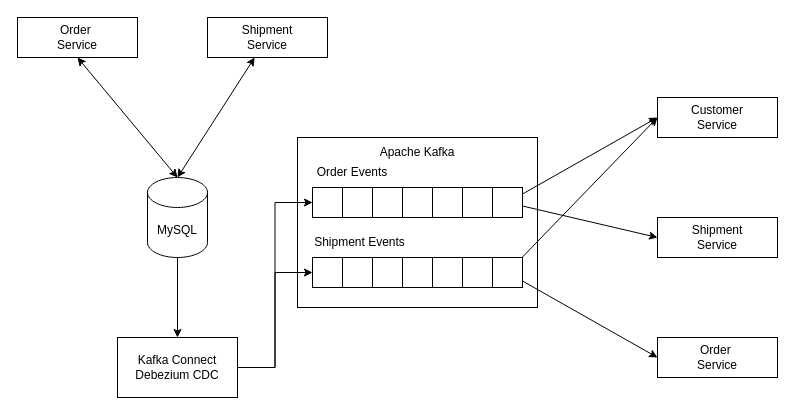
Above: drawio/kafka/kafka-cdc-outbox-1.drawio in windowforsun/blog (draw.io), before the change. Source tidied: cells renumbered, new cells numbered last; positions are measured from the earlier drawing's top-left corner, leaving out a move shared by most shapes. Both pictures are drawn from the tidied source at 100%, with x=0, y=0 at pixel (17, 17).
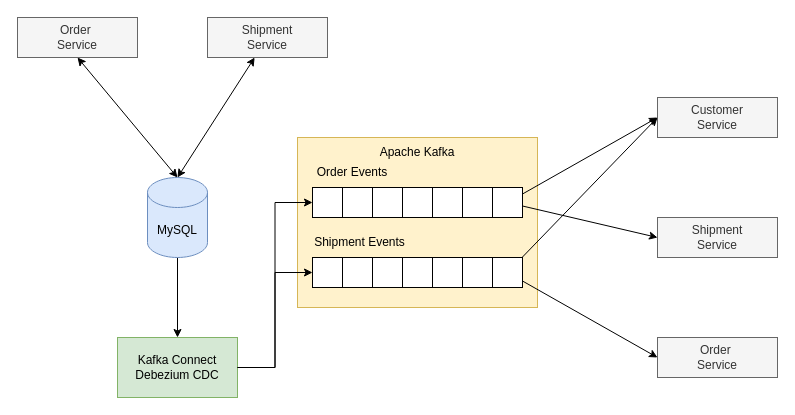
Above is the later version.

What changed in the source:
```diff
@@
-    <mxCell id="2" value="Order&amp;nbsp;&lt;div&gt;Service&lt;/div&gt;" style="rounded=0;whiteSpace=wrap;html=1;" parent="1" vertex="1">
+    <mxCell id="2" value="Order&amp;nbsp;&lt;div&gt;Service&lt;/div&gt;" style="rounded=0;whiteSpace=wrap;html=1;fillColor=#f5f5f5;fontColor=#333333;strokeColor=#666666;" parent="1" vertex="1">
       <mxGeometry width="120" height="40" as="geometry" />
     </mxCell>
-    <mxCell id="3" value="Shipment&lt;div&gt;Service&lt;/div&gt;" style="rounded=0;whiteSpace=wrap;html=1;" parent="1" vertex="1">
+    <mxCell id="3" value="Shipment&lt;div&gt;Service&lt;/div&gt;" style="rounded=0;whiteSpace=wrap;html=1;fillColor=#f5f5f5;fontColor=#333333;strokeColor=#666666;" parent="1" vertex="1">
       <mxGeometry x="190" width="120" height="40" as="geometry" />
     </mxCell>
-    <mxCell id="4" value="Customer&lt;div&gt;Service&lt;/div&gt;" style="rounded=0;whiteSpace=wrap;html=1;" parent="1" vertex="1">
+    <mxCell id="4" value="Customer&lt;div&gt;Service&lt;/div&gt;" style="rounded=0;whiteSpace=wrap;html=1;fillColor=#f5f5f5;fontColor=#333333;strokeColor=#666666;" parent="1" vertex="1">
       <mxGeometry x="640" y="80" width="120" height="40" as="geometry" />
     </mxCell>
@@
-    <mxCell id="6" value="MySQL" style="shape=cylinder3;whiteSpace=wrap;html=1;boundedLbl=1;backgroundOutline=1;size=15;" parent="1" vertex="1">
+    <mxCell id="6" value="MySQL" style="shape=cylinder3;whiteSpace=wrap;html=1;boundedLbl=1;backgroundOutline=1;size=15;fillColor=#dae8fc;strokeColor=#6c8ebf;" parent="1" vertex="1">
       <mxGeometry x="130" y="160" width="60" height="80" as="geometry" />
     </mxCell>
-    <mxCell id="7" value="Kafka Connect&lt;div&gt;Debezium CDC&lt;/div&gt;" style="rounded=0;whiteSpace=wrap;html=1;" parent="1" vertex="1">
+    <mxCell id="7" value="Kafka Connect&lt;div&gt;Debezium CDC&lt;/div&gt;" style="rounded=0;whiteSpace=wrap;html=1;fillColor=#d5e8d4;strokeColor=#82b366;" parent="1" vertex="1">
       <mxGeometry x="100" y="320" width="120" height="60" as="geometry" />
     </mxCell>
-    <mxCell id="8" style="group;" parent="1" vertex="1">
+    <mxCell id="8" style="group;fillColor=#fff2cc;strokeColor=#d6b656;" parent="1" vertex="1">
       <mxGeometry x="280" y="120" width="240" height="170" as="geometry" />
     </mxCell>
-    <mxCell id="9" style="rounded=0;whiteSpace=wrap;html=1;" parent="8" vertex="1">
+    <mxCell id="9" style="rounded=0;whiteSpace=wrap;html=1;fillColor=#fff2cc;strokeColor=#d6b656;" parent="8" vertex="1">
       <mxGeometry width="240" height="170" as="geometry" />
     </mxCell>
@@
-    <mxCell id="29" value="Order&amp;nbsp;&lt;div&gt;Service&lt;/div&gt;" style="rounded=0;whiteSpace=wrap;html=1;" parent="1" vertex="1">
+    <mxCell id="29" value="Order&amp;nbsp;&lt;div&gt;Service&lt;/div&gt;" style="rounded=0;whiteSpace=wrap;html=1;fillColor=#f5f5f5;fontColor=#333333;strokeColor=#666666;" parent="1" vertex="1">
       <mxGeometry x="640" y="320" width="120" height="40" as="geometry" />
     </mxCell>
-    <mxCell id="30" value="Shipment&lt;div&gt;Service&lt;/div&gt;" style="rounded=0;whiteSpace=wrap;html=1;" parent="1" vertex="1">
+    <mxCell id="30" value="Shipment&lt;div&gt;Service&lt;/div&gt;" style="rounded=0;whiteSpace=wrap;html=1;fillColor=#f5f5f5;fontColor=#333333;strokeColor=#666666;" parent="1" vertex="1">
       <mxGeometry x="640" y="200" width="120" height="40" as="geometry" />
     </mxCell>
```
